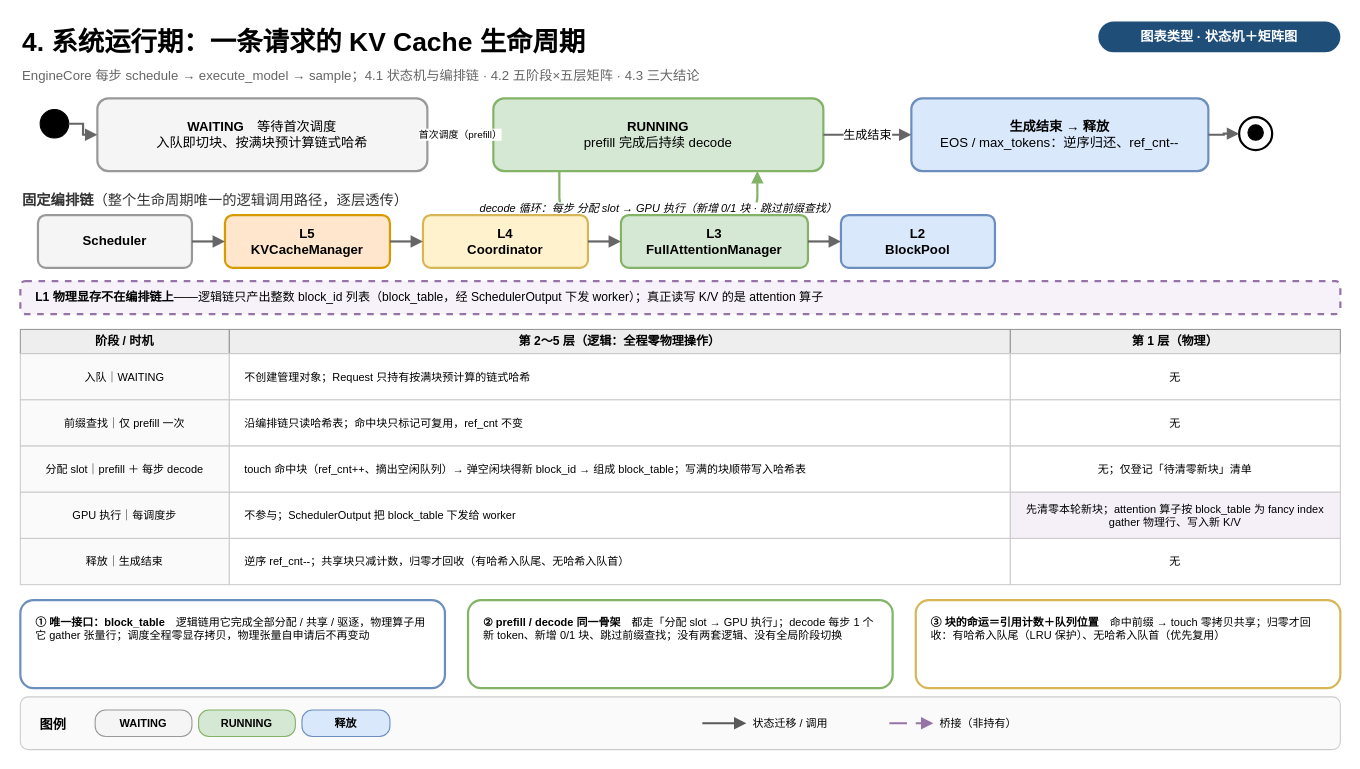
GoCHug/vllm keeps this draw.io diagram as page "4-运行期请求生命周期" (4 of 4) of vllm/v1/core/kvcache_draw_ppt_v2/kv_cache_five_layer_arch.drawio. Above is the earlier version. Source tidied: cells renumbered, new cells numbered last; positions are measured from the earlier drawing's top-left corner, leaving out a move shared by most shapes. Both pictures are drawn from the tidied source at 110%, with x=0, y=0 at pixel (20, 19).
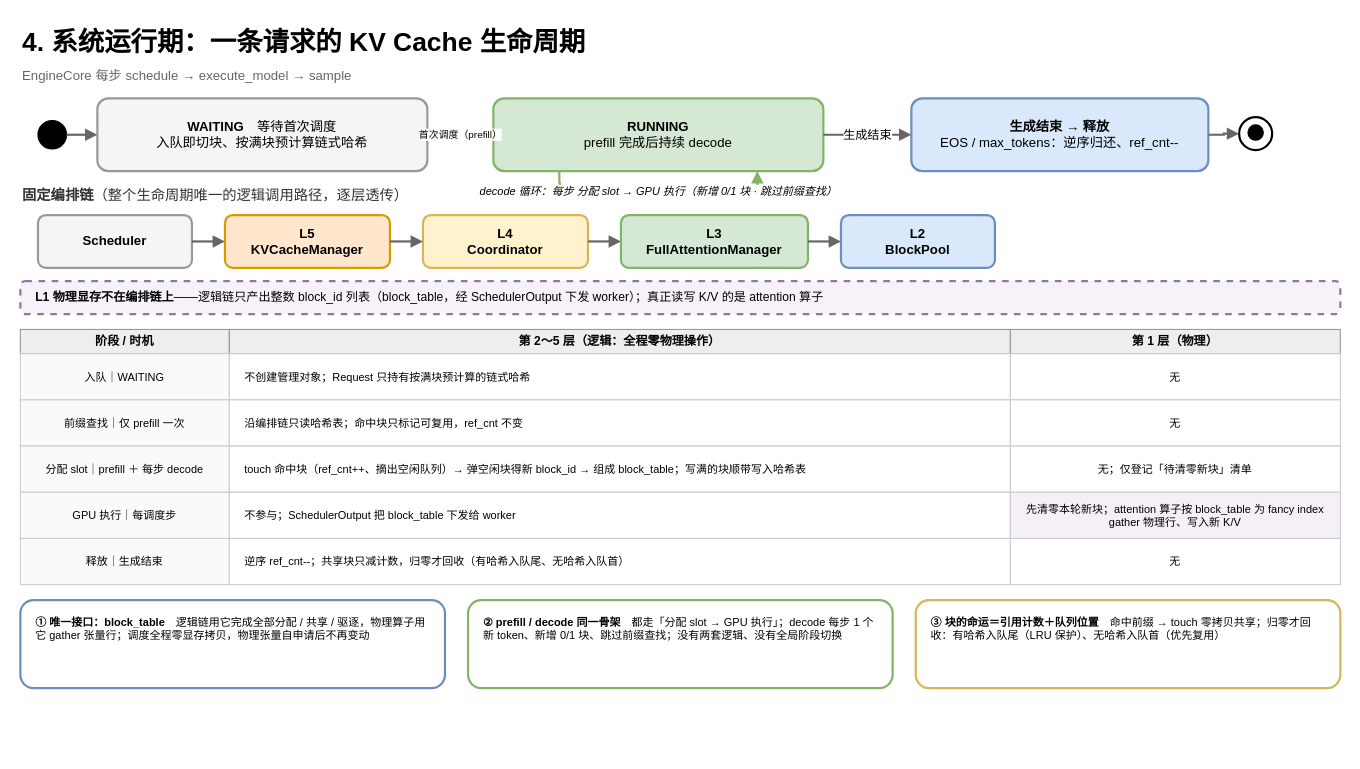
After the change.

Unchanged cells that the change refers to:
```xml
<mxCell id="7" value="&lt;b&gt;RUNNING&lt;/b&gt;&#10;prefill 完成后持续 decode" style="rounded=1;whiteSpace=wrap;html=1;fillColor=#d5e8d4;strokeColor=#82b366;strokeWidth=2;verticalAlign=middle;align=center;fontSize=12;" parent="1" vertex="1">
  <mxGeometry x="430" y="72" width="300" height="66" as="geometry" />
</mxCell>
```

What changed in the source:
```diff
@@
-    <mxCell id="3" value="图表类型 · 状态机＋矩阵图" style="rounded=1;arcSize=50;whiteSpace=wrap;html=1;fillColor=#1f4e79;strokeColor=none;fontColor=#ffffff;fontSize=12;fontStyle=1;align=center;" parent="1" vertex="1">
-      <mxGeometry x="980" y="2" width="220" height="28" as="geometry" />
-    </mxCell>
-    <mxCell id="4" value="EngineCore 每步 schedule → execute_model → sample；4.1 状态机与编排链 · 4.2 五阶段×五层矩阵 · 4.3 三大结论" style="text;html=1;fontSize=12;align=left;fontColor=#666666;" parent="1" vertex="1">
+    <mxCell id="4" value="EngineCore 每步 schedule → execute_model → sample" style="text;html=1;fontSize=12;align=left;fontColor=#666666;" parent="1" vertex="1">
       <mxGeometry y="38" width="960" height="22" as="geometry" />
     </mxCell>
     <mxCell id="5" style="ellipse;whiteSpace=wrap;html=1;fillColor=#000000;strokeColor=#000000;" parent="1" vertex="1">
-      <mxGeometry x="18" y="82" width="26" height="26" as="geometry" />
+      <mxGeometry x="16" y="92" width="26" height="26" as="geometry" />
     </mxCell>
@@
-    <mxCell id="15" value="decode 循环：每步 分配 slot → GPU 执行（新增 0/1 块 · 跳过前缀查找）" style="edgeStyle=orthogonalEdgeStyle;html=1;rounded=1;strokeColor=#82b366;strokeWidth=2;endArrow=block;endFill=1;fontSize=10;fontStyle=2;labelBackgroundColor=#ffffff;exitX=0.2;exitY=1;exitDx=0;exitDy=0;entryX=0.8;entryY=1;entryDx=0;entryDy=0;" parent="1" edge="1" source="7" target="7">
+    <mxCell id="15" value="decode 循环：每步 分配 slot → GPU 执行（新增 0/1 块 · 跳过前缀查找）" style="edgeStyle=orthogonalEdgeStyle;html=1;rounded=1;strokeColor=#82b366;strokeWidth=2;endArrow=block;endFill=1;fontSize=10;fontStyle=2;labelBackgroundColor=#ffffff;exitX=0.2;exitY=1;exitDx=0;exitDy=0;entryX=0.8;entryY=1;entryDx=0;entryDy=0;innerLoopWaypoints=1;" parent="1" edge="1" source="7" target="7">
       <mxGeometry relative="1" as="geometry">
         <Array as="points">
-          <mxPoint x="490" y="172" />
-          <mxPoint x="670" y="172" />
+          <mxPoint x="490" y="156" />
+          <mxPoint x="670" y="156" />
         </Array>
       </mxGeometry>
     </mxCell>
     <mxCell id="16" value="&lt;b&gt;固定编排链&lt;/b&gt;（整个生命周期唯一的逻辑调用路径，逐层透传）" style="text;html=1;fontSize=13;align=left;fontColor=#333333;" parent="1" vertex="1">
-      <mxGeometry y="150" width="700" height="20" as="geometry" />
+      <mxGeometry y="146" width="700" height="20" as="geometry" />
     </mxCell>
@@
-    <mxCell id="48" style="rounded=1;whiteSpace=wrap;html=1;fillColor=#fafafa;strokeColor=#cccccc;" parent="1" vertex="1">
-      <mxGeometry y="616" width="1200" height="48" as="geometry" />
-    </mxCell>
-    <mxCell id="49" value="图例" style="text;html=1;fontSize=12;fontStyle=1;align=left;" parent="1" vertex="1">
-      <mxGeometry x="16" y="628" width="44" height="24" as="geometry" />
-    </mxCell>
-    <mxCell id="50" value="WAITING" style="rounded=1;arcSize=40;whiteSpace=wrap;html=1;fillColor=#f5f5f5;strokeColor=#999999;fontSize=10;fontStyle=1;align=center;" parent="1" vertex="1">
-      <mxGeometry x="68" y="628" width="88" height="24" as="geometry" />
-    </mxCell>
-    <mxCell id="51" value="RUNNING" style="rounded=1;arcSize=40;whiteSpace=wrap;html=1;fillColor=#d5e8d4;strokeColor=#82b366;fontSize=10;fontStyle=1;align=center;" parent="1" vertex="1">
-      <mxGeometry x="162" y="628" width="88" height="24" as="geometry" />
-    </mxCell>
-    <mxCell id="52" value="释放" style="rounded=1;arcSize=40;whiteSpace=wrap;html=1;fillColor=#dae8fc;strokeColor=#6c8ebf;fontSize=10;fontStyle=1;align=center;" parent="1" vertex="1">
-      <mxGeometry x="256" y="628" width="80" height="24" as="geometry" />
-    </mxCell>
-    <mxCell id="53" style="endArrow=block;endFill=1;html=1;strokeColor=#595959;strokeWidth=2;" parent="1" edge="1">
-      <mxGeometry relative="1" as="geometry">
-        <mxPoint x="620" y="640" as="sourcePoint" />
-        <mxPoint x="660" y="640" as="targetPoint" />
-      </mxGeometry>
-    </mxCell>
-    <mxCell id="54" value="状态迁移 / 调用" style="text;html=1;fontSize=10;align=left;" parent="1" vertex="1">
-      <mxGeometry x="664" y="628" width="110" height="24" as="geometry" />
-    </mxCell>
-    <mxCell id="55" style="endArrow=block;endFill=1;html=1;strokeColor=#9673a6;strokeWidth=2;dashed=1;dashPattern=8 4;" parent="1" edge="1">
-      <mxGeometry relative="1" as="geometry">
-        <mxPoint x="790" y="640" as="sourcePoint" />
-        <mxPoint x="830" y="640" as="targetPoint" />
-      </mxGeometry>
-    </mxCell>
-    <mxCell id="56" value="桥接（非持有）" style="text;html=1;fontSize=10;align=left;" parent="1" vertex="1">
-      <mxGeometry x="834" y="628" width="110" height="24" as="geometry" />
-    </mxCell>
```
